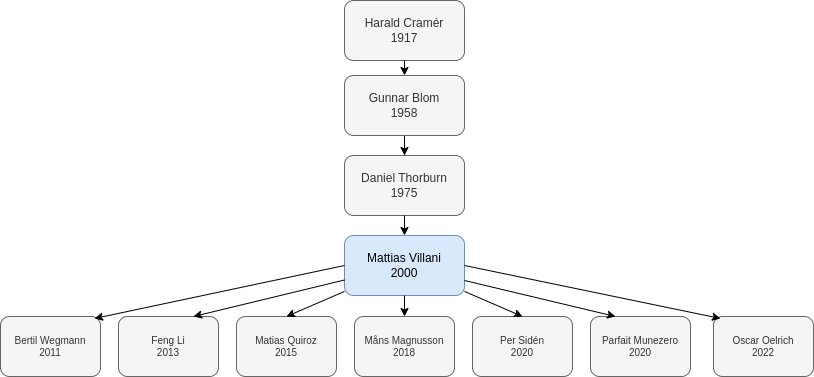
Above: images/VillaniGenealogy.png in mattiasvillani/mattiasvillani.github.io (draw.io), before the change. Source tidied: cells renumbered, new cells last; positions are measured from the earlier drawing's top-left corner, leaving out a move shared by most shapes. The source it was exported from:
```xml
<mxGraphModel>
  <root>
    <mxCell id="0" />
    <mxCell id="1" parent="0" />
    <mxCell id="2" value="Harald Cramér&lt;br&gt;1917" style="rounded=1;whiteSpace=wrap;html=1;fillColor=#f5f5f5;fontColor=#333333;strokeColor=#666666;glass=0;" parent="1" vertex="1">
      <mxGeometry x="344" width="120" height="60" as="geometry" />
    </mxCell>
    <mxCell id="3" style="edgeStyle=orthogonalEdgeStyle;rounded=0;jettySize=auto;html=1;" parent="1" edge="1" source="4" target="5">
      <mxGeometry relative="1" as="geometry" />
    </mxCell>
    <mxCell id="4" value="Gunnar Blom&lt;br&gt;1958" style="rounded=1;whiteSpace=wrap;html=1;fillColor=#f5f5f5;fontColor=#333333;strokeColor=#666666;" parent="1" vertex="1">
      <mxGeometry x="344" y="75" width="120" height="60" as="geometry" />
    </mxCell>
    <mxCell id="5" value="Daniel Thorburn&lt;br&gt;1975" style="rounded=1;whiteSpace=wrap;html=1;fillColor=#f5f5f5;fontColor=#333333;strokeColor=#666666;" parent="1" vertex="1">
      <mxGeometry x="344" y="155" width="120" height="60" as="geometry" />
    </mxCell>
    <mxCell id="6" value="Mattias Villani&lt;br&gt;2000" style="rounded=1;whiteSpace=wrap;html=1;fillColor=#dae8fc;strokeColor=#6c8ebf;" parent="1" vertex="1">
      <mxGeometry x="344" y="235" width="120" height="60" as="geometry" />
    </mxCell>
    <mxCell id="7" style="endArrow=classic;html=1;rounded=0;exitX=0.5;exitY=1;exitDx=0;exitDy=0;entryX=0.5;entryY=0;entryDx=0;entryDy=0;" parent="1" edge="1" source="5" target="6">
      <mxGeometry relative="1" as="geometry" />
    </mxCell>
    <mxCell id="8" style="endArrow=classic;html=1;rounded=0;exitX=0.5;exitY=1;exitDx=0;exitDy=0;" parent="1" edge="1" source="2" target="4">
      <mxGeometry relative="1" as="geometry" />
    </mxCell>
    <mxCell id="9" value="Bertil Wegmann&lt;br&gt;2011" style="rounded=1;whiteSpace=wrap;html=1;fillColor=#f5f5f5;fontColor=#333333;strokeColor=#666666;fontSize=10;" parent="1" vertex="1">
      <mxGeometry y="316" width="100" height="60" as="geometry" />
    </mxCell>
    <mxCell id="10" value="Feng Li&lt;br&gt;2013" style="rounded=1;whiteSpace=wrap;html=1;fillColor=#f5f5f5;fontColor=#333333;strokeColor=#666666;fontSize=10;" parent="1" vertex="1">
      <mxGeometry x="118" y="316" width="100" height="60" as="geometry" />
    </mxCell>
    <mxCell id="11" value="Matias Quiroz&lt;br&gt;2015" style="rounded=1;whiteSpace=wrap;html=1;fillColor=#f5f5f5;fontColor=#333333;strokeColor=#666666;fontSize=10;" parent="1" vertex="1">
      <mxGeometry x="236" y="316" width="100" height="60" as="geometry" />
    </mxCell>
    <mxCell id="12" value="Måns Magnusson&lt;br&gt;2018" style="rounded=1;whiteSpace=wrap;html=1;fillColor=#f5f5f5;fontColor=#333333;strokeColor=#666666;fontSize=10;" parent="1" vertex="1">
      <mxGeometry x="354" y="316" width="100" height="60" as="geometry" />
    </mxCell>
    <mxCell id="13" value="Per Sidén&lt;br&gt;2020" style="rounded=1;whiteSpace=wrap;html=1;fillColor=#f5f5f5;fontColor=#333333;strokeColor=#666666;fontSize=10;" parent="1" vertex="1">
      <mxGeometry x="472" y="316" width="100" height="60" as="geometry" />
    </mxCell>
    <mxCell id="14" value="Parfait Munezero&lt;br&gt;2020" style="rounded=1;whiteSpace=wrap;html=1;fillColor=#f5f5f5;fontColor=#333333;strokeColor=#666666;fontSize=10;" parent="1" vertex="1">
      <mxGeometry x="590" y="316" width="100" height="60" as="geometry" />
    </mxCell>
    <mxCell id="15" style="endArrow=classic;html=1;rounded=0;entryX=0.94;entryY=0.033;entryDx=0;entryDy=0;exitX=0;exitY=0.5;exitDx=0;exitDy=0;entryPerimeter=0;" parent="1" edge="1" source="6" target="9">
      <mxGeometry relative="1" as="geometry" />
    </mxCell>
    <mxCell id="16" style="endArrow=classic;html=1;rounded=0;entryX=0.75;entryY=0;entryDx=0;entryDy=0;" parent="1" edge="1" source="6" target="10">
      <mxGeometry relative="1" as="geometry" />
    </mxCell>
    <mxCell id="17" style="endArrow=classic;html=1;rounded=0;entryX=0.5;entryY=0;entryDx=0;entryDy=0;" parent="1" edge="1" source="6" target="11">
      <mxGeometry relative="1" as="geometry" />
    </mxCell>
    <mxCell id="18" style="endArrow=classic;html=1;rounded=0;entryX=0.5;entryY=0;entryDx=0;entryDy=0;" parent="1" edge="1" source="6" target="12">
      <mxGeometry relative="1" as="geometry" />
    </mxCell>
    <mxCell id="19" style="endArrow=classic;html=1;rounded=0;entryX=0.5;entryY=0;entryDx=0;entryDy=0;" parent="1" edge="1" source="6" target="13">
      <mxGeometry relative="1" as="geometry" />
    </mxCell>
    <mxCell id="20" style="endArrow=classic;html=1;rounded=0;entryX=0.25;entryY=0;entryDx=0;entryDy=0;exitX=1;exitY=0.75;exitDx=0;exitDy=0;" parent="1" edge="1" source="6" target="14">
      <mxGeometry relative="1" as="geometry" />
    </mxCell>
    <mxCell id="21" value="Oscar Oelrich&lt;br&gt;2022" style="rounded=1;whiteSpace=wrap;html=1;fillColor=#f5f5f5;fontColor=#333333;strokeColor=#666666;fontSize=10;" parent="1" vertex="1">
      <mxGeometry x="713" y="316" width="100" height="60" as="geometry" />
    </mxCell>
    <mxCell id="22" style="endArrow=classic;html=1;rounded=0;exitX=1;exitY=0.5;exitDx=0;exitDy=0;entryX=0.07;entryY=0.033;entryDx=0;entryDy=0;entryPerimeter=0;" parent="1" edge="1" source="6" target="21">
      <mxGeometry relative="1" as="geometry" />
    </mxCell>
  </root>
</mxGraphModel>
```
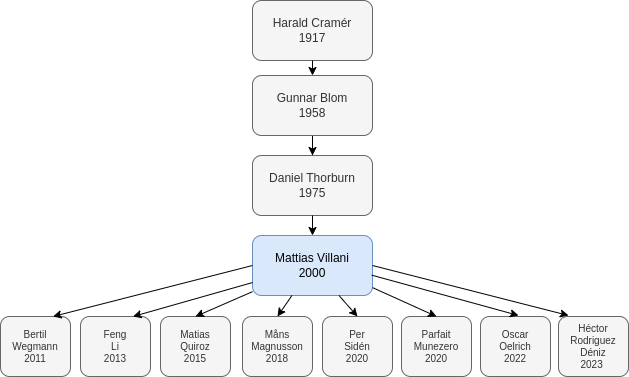
Above is the later version.

The edit, as a diff of the source:
```diff
@@ -3,19 +3,19 @@
     <mxCell id="0" />
     <mxCell id="1" parent="0" />
     <mxCell id="2" value="Harald Cramér&lt;br&gt;1917" style="rounded=1;whiteSpace=wrap;html=1;fillColor=#f5f5f5;fontColor=#333333;strokeColor=#666666;glass=0;" parent="1" vertex="1">
-      <mxGeometry x="344" width="120" height="60" as="geometry" />
+      <mxGeometry x="287" width="120" height="60" as="geometry" />
     </mxCell>
     <mxCell id="3" style="edgeStyle=orthogonalEdgeStyle;rounded=0;jettySize=auto;html=1;" parent="1" edge="1" source="4" target="5">
       <mxGeometry relative="1" as="geometry" />
     </mxCell>
     <mxCell id="4" value="Gunnar Blom&lt;br&gt;1958" style="rounded=1;whiteSpace=wrap;html=1;fillColor=#f5f5f5;fontColor=#333333;strokeColor=#666666;" parent="1" vertex="1">
-      <mxGeometry x="344" y="75" width="120" height="60" as="geometry" />
+      <mxGeometry x="287" y="75" width="120" height="60" as="geometry" />
     </mxCell>
     <mxCell id="5" value="Daniel Thorburn&lt;br&gt;1975" style="rounded=1;whiteSpace=wrap;html=1;fillColor=#f5f5f5;fontColor=#333333;strokeColor=#666666;" parent="1" vertex="1">
-      <mxGeometry x="344" y="155" width="120" height="60" as="geometry" />
+      <mxGeometry x="287" y="155" width="120" height="60" as="geometry" />
     </mxCell>
     <mxCell id="6" value="Mattias Villani&lt;br&gt;2000" style="rounded=1;whiteSpace=wrap;html=1;fillColor=#dae8fc;strokeColor=#6c8ebf;" parent="1" vertex="1">
-      <mxGeometry x="344" y="235" width="120" height="60" as="geometry" />
+      <mxGeometry x="287" y="235" width="120" height="60" as="geometry" />
     </mxCell>
     <mxCell id="7" style="endArrow=classic;html=1;rounded=0;exitX=0.5;exitY=1;exitDx=0;exitDy=0;entryX=0.5;entryY=0;entryDx=0;entryDy=0;" parent="1" edge="1" source="5" target="6">
       <mxGeometry relative="1" as="geometry" />
@@ -23,25 +23,25 @@
     <mxCell id="8" style="endArrow=classic;html=1;rounded=0;exitX=0.5;exitY=1;exitDx=0;exitDy=0;" parent="1" edge="1" source="2" target="4">
       <mxGeometry relative="1" as="geometry" />
     </mxCell>
-    <mxCell id="9" value="Bertil Wegmann&lt;br&gt;2011" style="rounded=1;whiteSpace=wrap;html=1;fillColor=#f5f5f5;fontColor=#333333;strokeColor=#666666;fontSize=10;" parent="1" vertex="1">
-      <mxGeometry y="316" width="100" height="60" as="geometry" />
+    <mxCell id="9" value="Bertil &lt;br&gt;Wegmann&lt;br&gt;2011" style="rounded=1;whiteSpace=wrap;html=1;fillColor=#f5f5f5;fontColor=#333333;strokeColor=#666666;fontSize=10;" parent="1" vertex="1">
+      <mxGeometry x="35" y="316" width="70" height="60" as="geometry" />
     </mxCell>
-    <mxCell id="10" value="Feng Li&lt;br&gt;2013" style="rounded=1;whiteSpace=wrap;html=1;fillColor=#f5f5f5;fontColor=#333333;strokeColor=#666666;fontSize=10;" parent="1" vertex="1">
-      <mxGeometry x="118" y="316" width="100" height="60" as="geometry" />
+    <mxCell id="10" value="Feng &lt;br&gt;Li&lt;br&gt;2013" style="rounded=1;whiteSpace=wrap;html=1;fillColor=#f5f5f5;fontColor=#333333;strokeColor=#666666;fontSize=10;" parent="1" vertex="1">
+      <mxGeometry x="115" y="316" width="70" height="60" as="geometry" />
     </mxCell>
-    <mxCell id="11" value="Matias Quiroz&lt;br&gt;2015" style="rounded=1;whiteSpace=wrap;html=1;fillColor=#f5f5f5;fontColor=#333333;strokeColor=#666666;fontSize=10;" parent="1" vertex="1">
-      <mxGeometry x="236" y="316" width="100" height="60" as="geometry" />
+    <mxCell id="11" value="Matias &lt;br&gt;Quiroz&lt;br&gt;2015" style="rounded=1;whiteSpace=wrap;html=1;fillColor=#f5f5f5;fontColor=#333333;strokeColor=#666666;fontSize=10;" parent="1" vertex="1">
+      <mxGeometry x="195" y="316" width="70" height="60" as="geometry" />
     </mxCell>
-    <mxCell id="12" value="Måns Magnusson&lt;br&gt;2018" style="rounded=1;whiteSpace=wrap;html=1;fillColor=#f5f5f5;fontColor=#333333;strokeColor=#666666;fontSize=10;" parent="1" vertex="1">
-      <mxGeometry x="354" y="316" width="100" height="60" as="geometry" />
+    <mxCell id="12" value="Måns &lt;br&gt;Magnusson&lt;br&gt;2018" style="rounded=1;whiteSpace=wrap;html=1;fillColor=#f5f5f5;fontColor=#333333;strokeColor=#666666;fontSize=10;" parent="1" vertex="1">
+      <mxGeometry x="277" y="316" width="70" height="60" as="geometry" />
     </mxCell>
-    <mxCell id="13" value="Per Sidén&lt;br&gt;2020" style="rounded=1;whiteSpace=wrap;html=1;fillColor=#f5f5f5;fontColor=#333333;strokeColor=#666666;fontSize=10;" parent="1" vertex="1">
-      <mxGeometry x="472" y="316" width="100" height="60" as="geometry" />
+    <mxCell id="13" value="Per &lt;br&gt;Sidén&lt;br&gt;2020" style="rounded=1;whiteSpace=wrap;html=1;fillColor=#f5f5f5;fontColor=#333333;strokeColor=#666666;fontSize=10;" parent="1" vertex="1">
+      <mxGeometry x="357" y="316" width="70" height="60" as="geometry" />
     </mxCell>
-    <mxCell id="14" value="Parfait Munezero&lt;br&gt;2020" style="rounded=1;whiteSpace=wrap;html=1;fillColor=#f5f5f5;fontColor=#333333;strokeColor=#666666;fontSize=10;" parent="1" vertex="1">
-      <mxGeometry x="590" y="316" width="100" height="60" as="geometry" />
+    <mxCell id="14" value="Parfait &lt;br&gt;Munezero&lt;br&gt;2020" style="rounded=1;whiteSpace=wrap;html=1;fillColor=#f5f5f5;fontColor=#333333;strokeColor=#666666;fontSize=10;" parent="1" vertex="1">
+      <mxGeometry x="436" y="316" width="70" height="60" as="geometry" />
     </mxCell>
-    <mxCell id="15" style="endArrow=classic;html=1;rounded=0;entryX=0.94;entryY=0.033;entryDx=0;entryDy=0;exitX=0;exitY=0.5;exitDx=0;exitDy=0;entryPerimeter=0;" parent="1" edge="1" source="6" target="9">
+    <mxCell id="15" style="endArrow=classic;html=1;rounded=0;entryX=0.75;entryY=0;entryDx=0;entryDy=0;exitX=0;exitY=0.5;exitDx=0;exitDy=0;" parent="1" edge="1" source="6" target="9">
       <mxGeometry relative="1" as="geometry" />
     </mxCell>
     <mxCell id="16" style="endArrow=classic;html=1;rounded=0;entryX=0.75;entryY=0;entryDx=0;entryDy=0;" parent="1" edge="1" source="6" target="10">
@@ -56,14 +56,25 @@
     <mxCell id="19" style="endArrow=classic;html=1;rounded=0;entryX=0.5;entryY=0;entryDx=0;entryDy=0;" parent="1" edge="1" source="6" target="13">
       <mxGeometry relative="1" as="geometry" />
     </mxCell>
+    <mxCell id="21" value="Oscar &lt;br&gt;Oelrich&lt;br&gt;2022" style="rounded=1;whiteSpace=wrap;html=1;fillColor=#f5f5f5;fontColor=#333333;strokeColor=#666666;fontSize=10;" parent="1" vertex="1">
+      <mxGeometry x="515" y="316" width="70" height="60" as="geometry" />
+    </mxCell>
+    <mxCell id="23" value="Héctor &lt;br&gt;Rodriguez&lt;br&gt;Déniz&lt;br&gt;2023&amp;nbsp;" style="rounded=1;whiteSpace=wrap;html=1;fillColor=#f5f5f5;fontColor=#333333;strokeColor=#666666;fontSize=10;" parent="1" vertex="1">
+      <mxGeometry x="593" y="316" width="70" height="60" as="geometry" />
+    </mxCell>
+    <mxCell id="24" style="endArrow=classic;html=1;rounded=0;exitX=0.994;exitY=0.661;exitDx=0;exitDy=0;exitPerimeter=0;" parent="1" edge="1">
+      <mxGeometry relative="1" as="geometry">
+        <mxPoint x="406.3" y="274.7" as="sourcePoint" />
+        <mxPoint x="553" y="315" as="targetPoint" />
+      </mxGeometry>
+    </mxCell>
-    <mxCell id="20" style="endArrow=classic;html=1;rounded=0;entryX=0.25;entryY=0;entryDx=0;entryDy=0;exitX=1;exitY=0.75;exitDx=0;exitDy=0;" parent="1" edge="1" source="6" target="14">
+    <mxCell id="20" style="endArrow=classic;html=1;rounded=0;entryX=0.5;entryY=0;entryDx=0;entryDy=0;exitX=1.001;exitY=0.869;exitDx=0;exitDy=0;exitPerimeter=0;" parent="1" edge="1" source="6" target="14">
       <mxGeometry relative="1" as="geometry" />
     </mxCell>
-    <mxCell id="21" value="Oscar Oelrich&lt;br&gt;2022" style="rounded=1;whiteSpace=wrap;html=1;fillColor=#f5f5f5;fontColor=#333333;strokeColor=#666666;fontSize=10;" parent="1" vertex="1">
-      <mxGeometry x="713" y="316" width="100" height="60" as="geometry" />
-    </mxCell>
-    <mxCell id="22" style="endArrow=classic;html=1;rounded=0;exitX=1;exitY=0.5;exitDx=0;exitDy=0;entryX=0.07;entryY=0.033;entryDx=0;entryDy=0;entryPerimeter=0;" parent="1" edge="1" source="6" target="21">
-      <mxGeometry relative="1" as="geometry" />
-    </mxCell>
+    <mxCell id="25" style="endArrow=classic;html=1;rounded=0;exitX=1;exitY=0.5;exitDx=0;exitDy=0;" parent="1" edge="1" source="6">
+      <mxGeometry relative="1" as="geometry">
+        <mxPoint x="603" y="315" as="targetPoint" />
+      </mxGeometry>
+    </mxCell>
   </root>
 </mxGraphModel>
```
